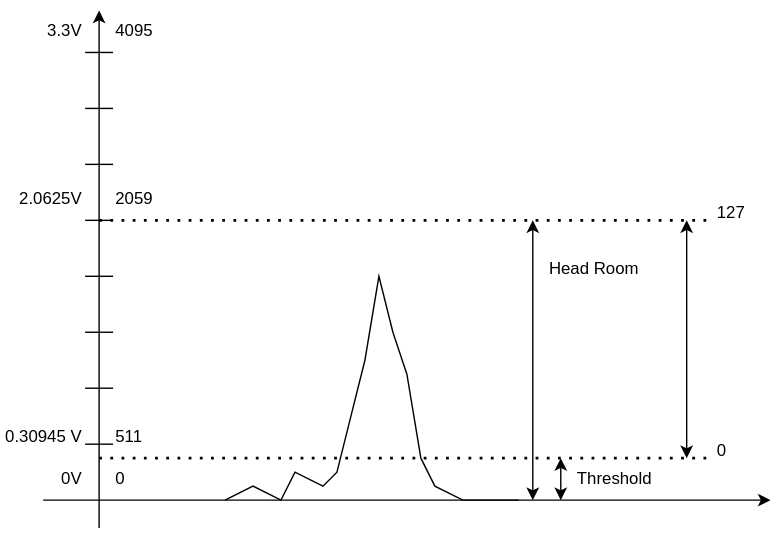
Above: images/velocity.drawio.svg in kamshory/ESP32DrumPad (draw.io), before the change. Source tidied: cells renumbered, new cells last; positions are measured from the earlier drawing's top-left corner, leaving out a move shared by most shapes.
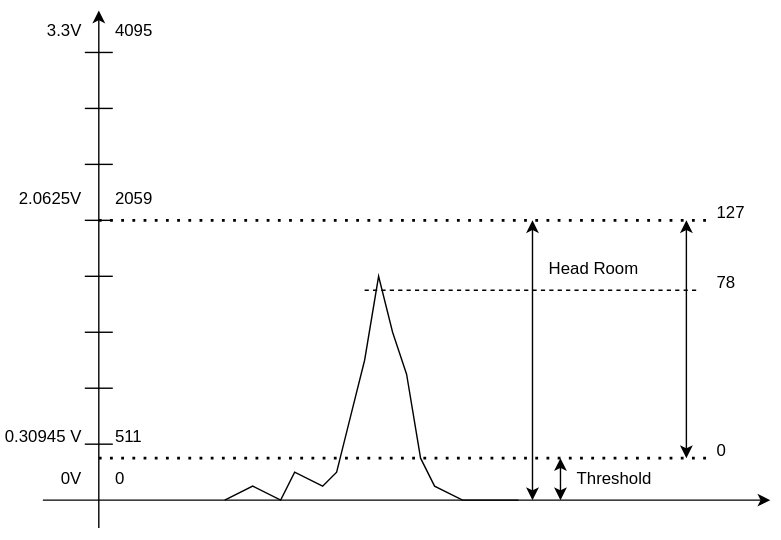
Later version of the same file.

Diff of the diagram source:
```diff
@@ -147,5 +147,14 @@
     <mxCell id="29" value="0.30945 V" style="text;html=1;strokeColor=none;fillColor=none;align=right;verticalAlign=middle;whiteSpace=wrap;rounded=0;" parent="1" vertex="1">
       <mxGeometry y="290" width="60" height="30" as="geometry" />
     </mxCell>
+    <mxCell id="30" style="endArrow=none;dashed=1;html=1;rounded=0;" parent="1" edge="1">
+      <mxGeometry relative="1" as="geometry">
+        <mxPoint x="260" y="200" as="sourcePoint" />
+        <mxPoint x="500" y="200" as="targetPoint" />
+      </mxGeometry>
+    </mxCell>
+    <mxCell id="31" value="78" style="text;html=1;strokeColor=none;fillColor=none;align=left;verticalAlign=middle;whiteSpace=wrap;rounded=0;" parent="1" vertex="1">
+      <mxGeometry x="510" y="180" width="40" height="30" as="geometry" />
+    </mxCell>
   </root>
 </mxGraphModel>
```
